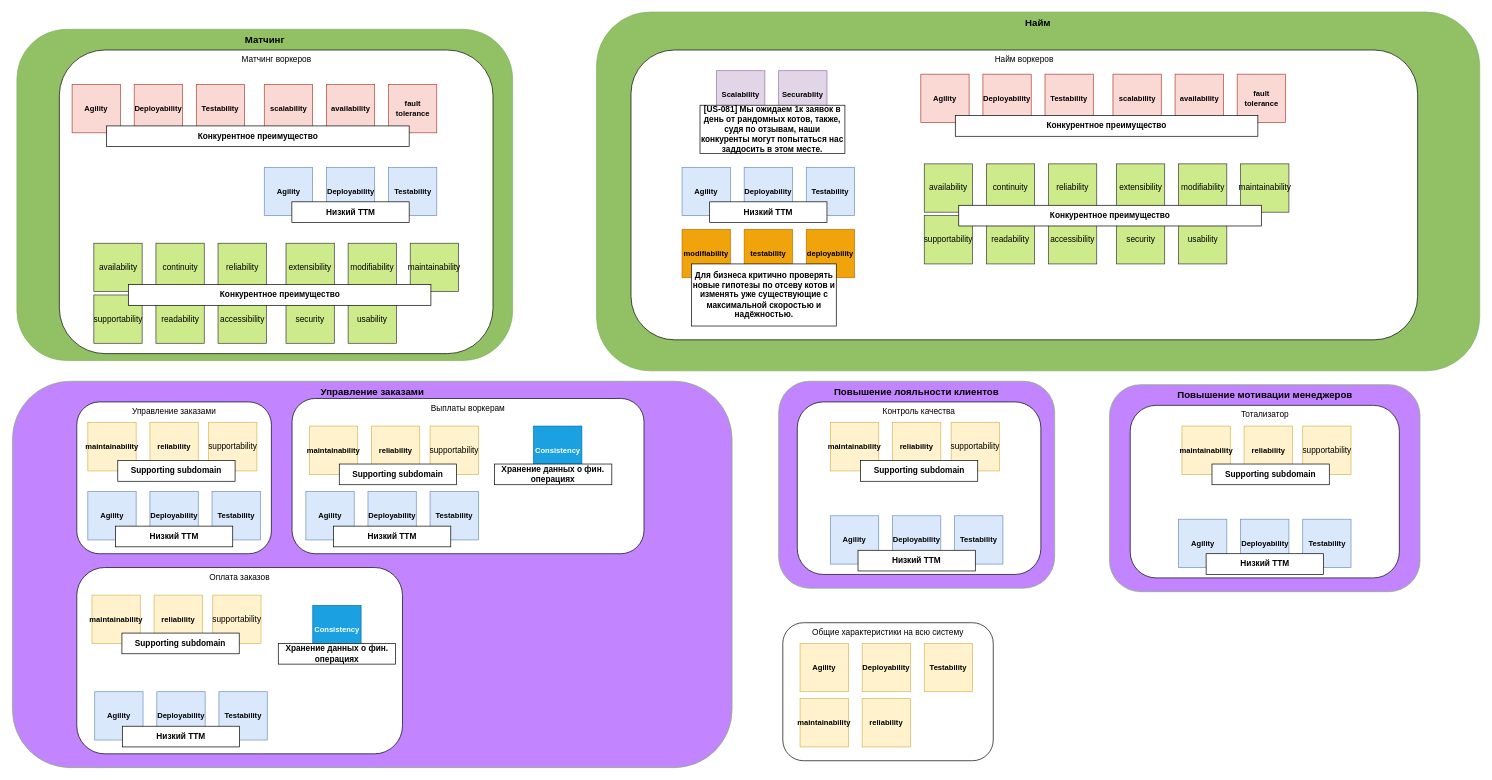
Above: draw/bounded-contexts-chars.drawio in OkinawaNet/MCF (draw.io), before the change. Source tidied: cells renumbered, new cells numbered last; positions are measured from the earlier drawing's top-left corner, leaving out a move shared by most shapes. Both pictures are drawn from the tidied source at 69%, with x=0, y=0 at pixel (12, 12).
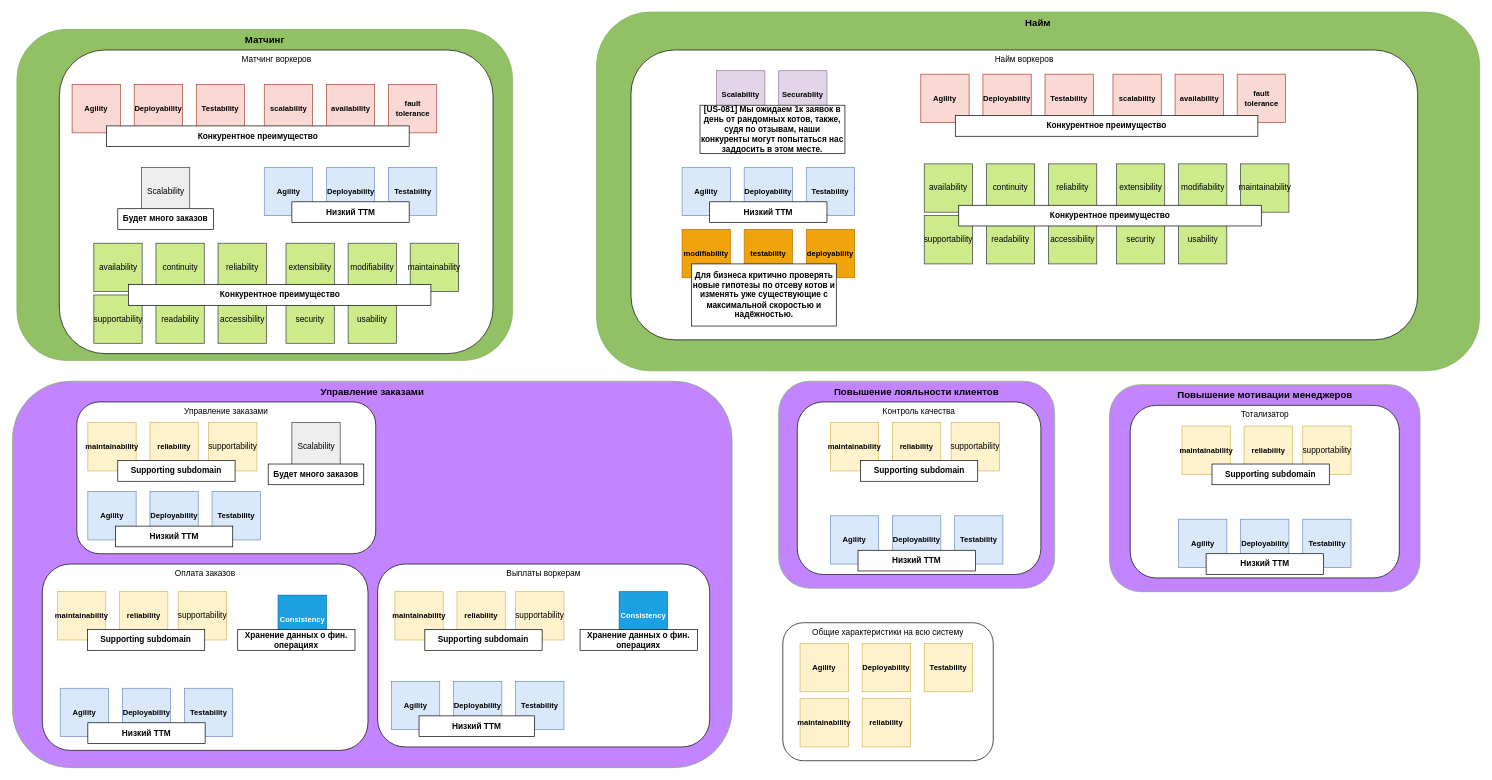
Above is the later version.

Diff of the diagram source:
```diff
@@
     <mxCell id="7" value="Оплата заказов" style="rounded=1;whiteSpace=wrap;html=1;verticalAlign=top;" parent="1" vertex="1">
-      <mxGeometry x="92.8" y="805" width="472" height="270" as="geometry" />
+      <mxGeometry x="42.8" y="800" width="472" height="270" as="geometry" />
     </mxCell>
     <mxCell id="8" value="Выплаты воркерам" style="rounded=1;whiteSpace=wrap;html=1;verticalAlign=top;" parent="1" vertex="1">
-      <mxGeometry x="404.8" y="560" width="510" height="225" as="geometry" />
+      <mxGeometry x="528.8" y="800" width="481.2" height="265" as="geometry" />
     </mxCell>
     <mxCell id="9" value="Управление заказами" style="rounded=1;whiteSpace=wrap;html=1;verticalAlign=top;" parent="1" vertex="1">
-      <mxGeometry x="92.8" y="565" width="282" height="220" as="geometry" />
+      <mxGeometry x="92.8" y="565" width="433.2" height="220" as="geometry" />
     </mxCell>
@@
     <mxCell id="30" value="&lt;b style=&quot;font-size: 11px;&quot;&gt;&lt;font style=&quot;font-size: 11px;&quot;&gt;Agility&lt;/font&gt;&lt;/b&gt;" style="whiteSpace=wrap;html=1;labelBackgroundColor=none;fillColor=#dae8fc;strokeColor=#6c8ebf;fontSize=11;" parent="1" vertex="1">
-      <mxGeometry x="424.8" y="695" width="70" height="70" as="geometry" />
+      <mxGeometry x="548.8" y="970" width="70" height="70" as="geometry" />
     </mxCell>
     <mxCell id="31" value="&lt;b style=&quot;font-size: 11px;&quot;&gt;&lt;font style=&quot;font-size: 11px;&quot;&gt;Deployability&lt;/font&gt;&lt;/b&gt;" style="whiteSpace=wrap;html=1;labelBackgroundColor=none;fillColor=#dae8fc;strokeColor=#6c8ebf;fontSize=11;" parent="1" vertex="1">
-      <mxGeometry x="514.8" y="695" width="70" height="70" as="geometry" />
+      <mxGeometry x="638.8" y="970" width="70" height="70" as="geometry" />
     </mxCell>
     <mxCell id="32" value="&lt;b style=&quot;font-size: 11px;&quot;&gt;&lt;font style=&quot;font-size: 11px;&quot;&gt;Testability&lt;/font&gt;&lt;/b&gt;" style="whiteSpace=wrap;html=1;labelBackgroundColor=none;fillColor=#dae8fc;strokeColor=#6c8ebf;fontSize=11;" parent="1" vertex="1">
-      <mxGeometry x="604.8" y="695" width="70" height="70" as="geometry" />
+      <mxGeometry x="728.8" y="970" width="70" height="70" as="geometry" />
     </mxCell>
     <mxCell id="33" value="Низкий TTM" style="rounded=0;whiteSpace=wrap;html=1;fontStyle=1;" parent="1" vertex="1">
-      <mxGeometry x="464.8" y="745" width="170" height="30" as="geometry" />
+      <mxGeometry x="588.8" y="1020" width="167.2" height="30" as="geometry" />
     </mxCell>
     <mxCell id="34" value="&lt;b style=&quot;font-size: 11px;&quot;&gt;&lt;font style=&quot;font-size: 11px;&quot;&gt;Agility&lt;/font&gt;&lt;/b&gt;" style="whiteSpace=wrap;html=1;labelBackgroundColor=none;fillColor=#dae8fc;strokeColor=#6c8ebf;fontSize=11;" parent="1" vertex="1">
-      <mxGeometry x="118.8" y="985" width="70" height="70" as="geometry" />
+      <mxGeometry x="68.8" y="980" width="70" height="70" as="geometry" />
     </mxCell>
     <mxCell id="35" value="&lt;b style=&quot;font-size: 11px;&quot;&gt;&lt;font style=&quot;font-size: 11px;&quot;&gt;Deployability&lt;/font&gt;&lt;/b&gt;" style="whiteSpace=wrap;html=1;labelBackgroundColor=none;fillColor=#dae8fc;strokeColor=#6c8ebf;fontSize=11;" parent="1" vertex="1">
-      <mxGeometry x="208.8" y="985" width="70" height="70" as="geometry" />
+      <mxGeometry x="158.8" y="980" width="70" height="70" as="geometry" />
     </mxCell>
     <mxCell id="36" value="&lt;b style=&quot;font-size: 11px;&quot;&gt;&lt;font style=&quot;font-size: 11px;&quot;&gt;Testability&lt;/font&gt;&lt;/b&gt;" style="whiteSpace=wrap;html=1;labelBackgroundColor=none;fillColor=#dae8fc;strokeColor=#6c8ebf;fontSize=11;" parent="1" vertex="1">
-      <mxGeometry x="298.8" y="985" width="70" height="70" as="geometry" />
+      <mxGeometry x="248.8" y="980" width="70" height="70" as="geometry" />
     </mxCell>
     <mxCell id="37" value="Низкий TTM" style="rounded=0;whiteSpace=wrap;html=1;fontStyle=1;" parent="1" vertex="1">
-      <mxGeometry x="158.8" y="1035" width="170" height="30" as="geometry" />
+      <mxGeometry x="108.8" y="1030" width="170" height="30" as="geometry" />
     </mxCell>
@@
     <mxCell id="63" value="&lt;b&gt;maintainability&lt;/b&gt;" style="whiteSpace=wrap;html=1;labelBackgroundColor=none;fillColor=#fff2cc;strokeColor=#d6b656;fontSize=11;" parent="1" vertex="1">
-      <mxGeometry x="429.8" y="600" width="70" height="70" as="geometry" />
+      <mxGeometry x="553.8" y="840" width="70" height="70" as="geometry" />
     </mxCell>
     <mxCell id="64" value="&lt;b&gt;reliability&lt;/b&gt;" style="whiteSpace=wrap;html=1;labelBackgroundColor=none;fillColor=#fff2cc;strokeColor=#d6b656;fontSize=11;" parent="1" vertex="1">
-      <mxGeometry x="519.8" y="600" width="70" height="70" as="geometry" />
+      <mxGeometry x="643.8" y="840" width="70" height="70" as="geometry" />
     </mxCell>
     <mxCell id="65" value="&lt;span style=&quot;font-size: 12px; text-align: left;&quot;&gt;supportability&lt;/span&gt;" style="whiteSpace=wrap;html=1;labelBackgroundColor=none;fillColor=#fff2cc;strokeColor=#d6b656;fontSize=11;" parent="1" vertex="1">
-      <mxGeometry x="604.8" y="600" width="70" height="70" as="geometry" />
+      <mxGeometry x="728.8" y="840" width="70" height="70" as="geometry" />
     </mxCell>
     <mxCell id="66" value="Supporting subdomain" style="rounded=0;whiteSpace=wrap;html=1;fontStyle=1;" parent="1" vertex="1">
-      <mxGeometry x="473.2" y="655" width="170" height="30" as="geometry" />
+      <mxGeometry x="597.2" y="895" width="170" height="30" as="geometry" />
     </mxCell>
     <mxCell id="67" value="&lt;b&gt;maintainability&lt;/b&gt;" style="whiteSpace=wrap;html=1;labelBackgroundColor=none;fillColor=#fff2cc;strokeColor=#d6b656;fontSize=11;" parent="1" vertex="1">
-      <mxGeometry x="114.8" y="845" width="70" height="70" as="geometry" />
+      <mxGeometry x="64.8" y="840" width="70" height="70" as="geometry" />
     </mxCell>
     <mxCell id="68" value="&lt;b&gt;reliability&lt;/b&gt;" style="whiteSpace=wrap;html=1;labelBackgroundColor=none;fillColor=#fff2cc;strokeColor=#d6b656;fontSize=11;" parent="1" vertex="1">
-      <mxGeometry x="204.8" y="845" width="70" height="70" as="geometry" />
+      <mxGeometry x="154.8" y="840" width="70" height="70" as="geometry" />
     </mxCell>
     <mxCell id="69" value="&lt;span style=&quot;font-size: 12px; text-align: left;&quot;&gt;supportability&lt;/span&gt;" style="whiteSpace=wrap;html=1;labelBackgroundColor=none;fillColor=#fff2cc;strokeColor=#d6b656;fontSize=11;" parent="1" vertex="1">
-      <mxGeometry x="289.8" y="845" width="70" height="70" as="geometry" />
+      <mxGeometry x="239.8" y="840" width="70" height="70" as="geometry" />
     </mxCell>
     <mxCell id="70" value="Supporting subdomain" style="rounded=0;whiteSpace=wrap;html=1;fontStyle=1;" parent="1" vertex="1">
-      <mxGeometry x="158.2" y="900" width="170" height="30" as="geometry" />
+      <mxGeometry x="108.2" y="895" width="170" height="30" as="geometry" />
     </mxCell>
@@
     <mxCell id="113" value="&lt;b&gt;Consistency&lt;/b&gt;" style="whiteSpace=wrap;html=1;labelBackgroundColor=none;fontSize=11;fillColor=#1ba1e2;fontColor=#ffffff;strokeColor=#006EAF;" parent="1" vertex="1">
-      <mxGeometry x="754.8" y="600" width="70" height="70" as="geometry" />
+      <mxGeometry x="878.8" y="840" width="70" height="70" as="geometry" />
     </mxCell>
     <mxCell id="114" value="&lt;b&gt;Consistency&lt;/b&gt;" style="whiteSpace=wrap;html=1;labelBackgroundColor=none;fontSize=11;fillColor=#1ba1e2;fontColor=#ffffff;strokeColor=#006EAF;" parent="1" vertex="1">
-      <mxGeometry x="434.8" y="860" width="70" height="70" as="geometry" />
+      <mxGeometry x="384.5" y="845" width="70" height="70" as="geometry" />
     </mxCell>
     <mxCell id="115" value="Хранение данных о фин. операциях" style="rounded=0;whiteSpace=wrap;html=1;fontStyle=1;" parent="1" vertex="1">
-      <mxGeometry x="698.2" y="655" width="170" height="30" as="geometry" />
+      <mxGeometry x="822.2" y="895" width="170" height="30" as="geometry" />
     </mxCell>
     <mxCell id="116" value="Хранение данных о фин. операциях" style="rounded=0;whiteSpace=wrap;html=1;fontStyle=1;" parent="1" vertex="1">
-      <mxGeometry x="384.8" y="915" width="170" height="30" as="geometry" />
+      <mxGeometry x="326" y="895" width="170" height="30" as="geometry" />
     </mxCell>
+    <mxCell id="117" value="&lt;div style=&quot;text-align: left;&quot;&gt;&lt;span style=&quot;background-color: initial; font-size: 12px;&quot;&gt;Scalability&lt;/span&gt;&lt;/div&gt;" style="whiteSpace=wrap;html=1;labelBackgroundColor=none;fillColor=#eeeeee;strokeColor=#36393d;fontSize=11;" parent="1" vertex="1">
+      <mxGeometry x="404.5" y="595" width="70" height="70" as="geometry" />
+    </mxCell>
+    <mxCell id="118" value="Будет много заказов" style="rounded=0;whiteSpace=wrap;html=1;fontStyle=1;" parent="1" vertex="1">
+      <mxGeometry x="370.2" y="655" width="138.5" height="30" as="geometry" />
+    </mxCell>
+    <mxCell id="119" value="&lt;div style=&quot;text-align: left;&quot;&gt;&lt;span style=&quot;background-color: initial; font-size: 12px;&quot;&gt;Scalability&lt;/span&gt;&lt;/div&gt;" style="whiteSpace=wrap;html=1;labelBackgroundColor=none;fillColor=#eeeeee;strokeColor=#36393d;fontSize=11;" parent="1" vertex="1">
+      <mxGeometry x="186.5" y="225" width="70" height="70" as="geometry" />
+    </mxCell>
+    <mxCell id="120" value="Будет много заказов" style="rounded=0;whiteSpace=wrap;html=1;fontStyle=1;" parent="1" vertex="1">
+      <mxGeometry x="152.2" y="285" width="138.5" height="30" as="geometry" />
+    </mxCell>
```
